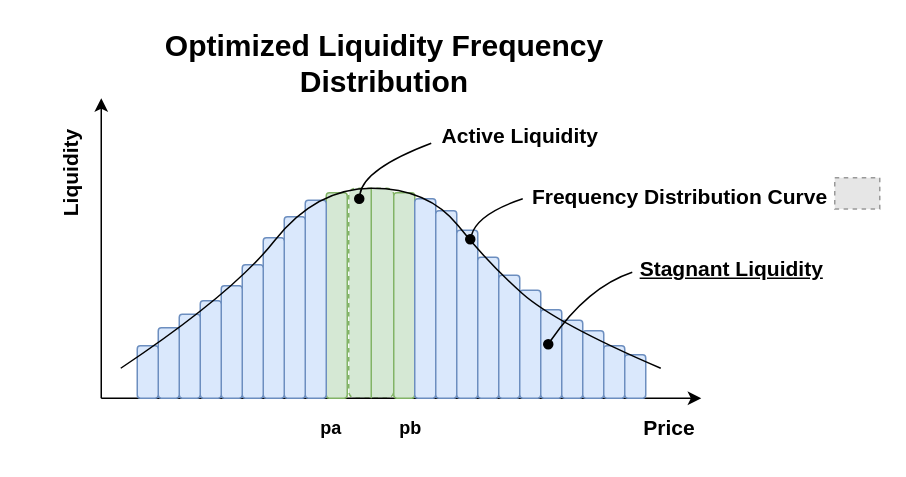
The draw.io diagram ethdenver/img/slp.drawio in syscoin/latex_docs, before the edit. Source tidied: cells renumbered, new cells numbered last; positions are measured from the earlier drawing's top-left corner, leaving out a move shared by most shapes. Both pictures are drawn from the tidied source at 150%, with x=0, y=0 at pixel (26, 38). Pictures stored in the file or linked from it are replaced by grey dashed boxes.
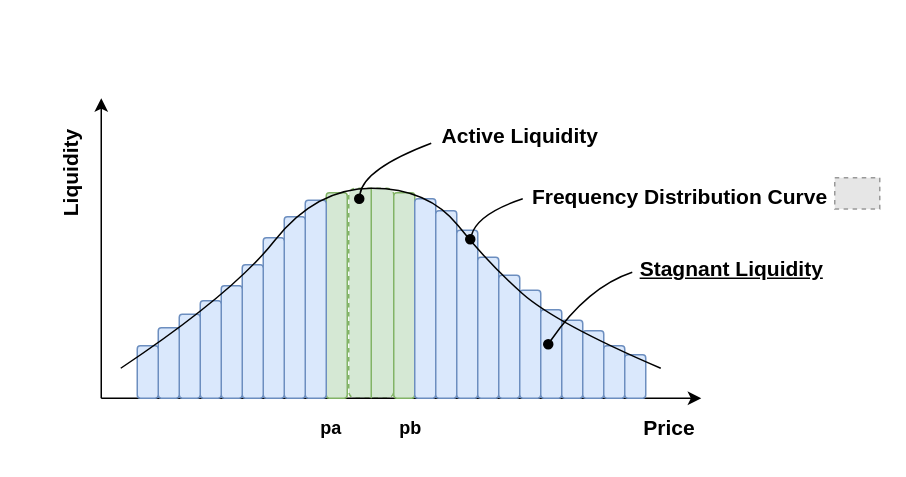
The same diagram, later.

Change to the diagram source:
```diff
@@
-    <mxCell id="35" value="&lt;font color=&quot;#000000&quot; style=&quot;&quot;&gt;&lt;font style=&quot;font-size: 20px;&quot;&gt;Optimized Liquidity Frequency Distribution&lt;/font&gt;&lt;br&gt;&lt;/font&gt;" style="text;html=1;strokeColor=none;fillColor=none;align=center;verticalAlign=middle;whiteSpace=wrap;rounded=0;fontSize=12;fontStyle=1;fontColor=#6600CC;" parent="1" vertex="1">
-      <mxGeometry x="64" width="350" height="31" as="geometry" />
-    </mxCell>
```
